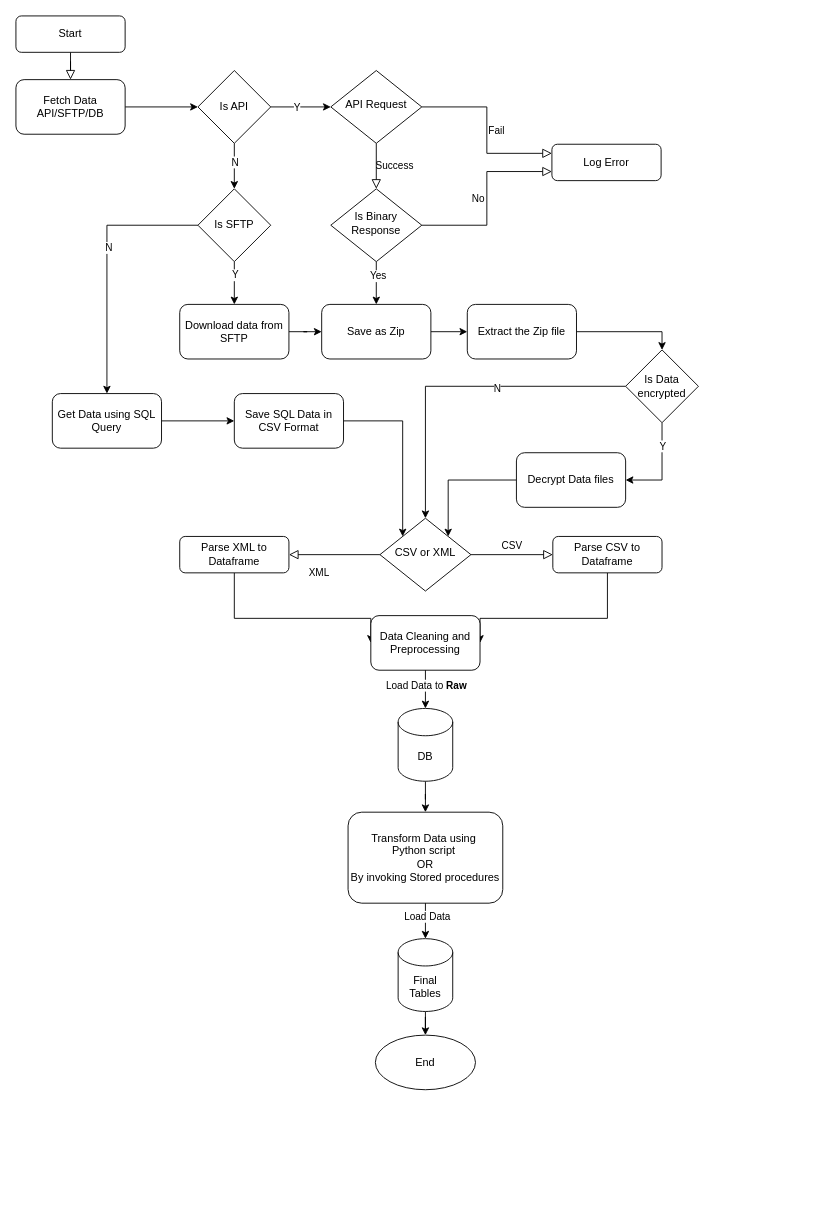
gurudevkumar51/My-files keeps this draw.io diagram as Market_Vendor_Py.drawio. Above is the earlier version. Source tidied: cells renumbered, new cells numbered last; positions are measured from the earlier drawing's top-left corner, leaving out a move shared by most shapes. Both pictures are drawn from the tidied source at 91%, with x=0, y=0 at pixel (15, 15).
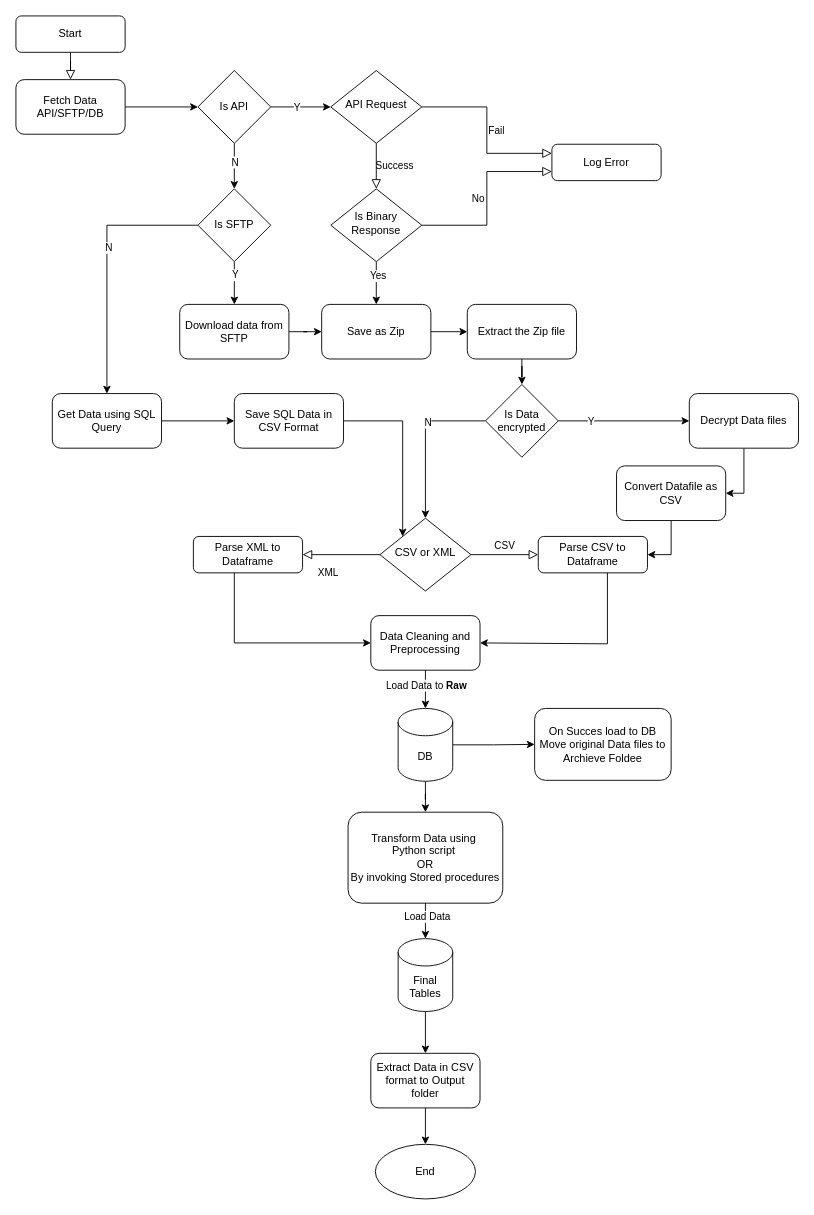
Above is the later version.

The change refers to these unchanged cells:
```xml
<mxCell id="10" value="CSV or XML" style="rhombus;whiteSpace=wrap;html=1;shadow=0;fontFamily=Helvetica;fontSize=12;align=center;strokeWidth=1;spacing=6;spacingTop=-4;" parent="1" vertex="1">
  <mxGeometry x="400" y="552" width="100" height="80" as="geometry" />
</mxCell>
<mxCell id="23" value="Data Cleaning and Preprocessing" style="rounded=1;whiteSpace=wrap;html=1;" parent="1" vertex="1">
  <mxGeometry x="390" y="659" width="120" height="60" as="geometry" />
</mxCell>
<mxCell id="25" value="DB" style="shape=cylinder3;whiteSpace=wrap;html=1;boundedLbl=1;backgroundOutline=1;size=15;" parent="1" vertex="1">
  <mxGeometry x="420" y="761" width="60" height="80" as="geometry" />
</mxCell>
<mxCell id="48" value="Final Tables" style="shape=cylinder3;whiteSpace=wrap;html=1;boundedLbl=1;backgroundOutline=1;size=15;" parent="1" vertex="1">
  <mxGeometry x="420" y="1014" width="60" height="80" as="geometry" />
</mxCell>
```

Change to the diagram source:
```diff
@@
     <mxCell id="11" style="edgeStyle=orthogonalEdgeStyle;rounded=0;jettySize=auto;html=1;entryX=0;entryY=0.5;entryDx=0;entryDy=0;" parent="1" edge="1" source="12" target="23">
       <mxGeometry relative="1" as="geometry">
         <Array as="points">
-          <mxPoint x="240" y="662" />
+          <mxPoint x="240" y="689" />
         </Array>
       </mxGeometry>
     </mxCell>
     <mxCell id="12" value="Parse XML to Dataframe" style="rounded=1;whiteSpace=wrap;html=1;fontSize=12;glass=0;strokeWidth=1;shadow=0;" parent="1" vertex="1">
-      <mxGeometry x="180" y="572" width="120" height="40" as="geometry" />
+      <mxGeometry x="195" y="572" width="120" height="40" as="geometry" />
     </mxCell>
     <mxCell id="13" style="edgeStyle=orthogonalEdgeStyle;rounded=0;jettySize=auto;html=1;entryX=1;entryY=0.5;entryDx=0;entryDy=0;" parent="1" edge="1" source="14" target="23">
       <mxGeometry relative="1" as="geometry">
         <Array as="points">
-          <mxPoint x="650" y="662" />
+          <mxPoint x="650" y="690" />
         </Array>
       </mxGeometry>
     </mxCell>
     <mxCell id="14" value="Parse CSV to Dataframe" style="rounded=1;whiteSpace=wrap;html=1;fontSize=12;glass=0;strokeWidth=1;shadow=0;" parent="1" vertex="1">
-      <mxGeometry x="590" y="572" width="120" height="40" as="geometry" />
+      <mxGeometry x="574" y="572" width="120" height="40" as="geometry" />
     </mxCell>
@@
+    <mxCell id="59" style="edgeStyle=orthogonalEdgeStyle;rounded=0;jettySize=auto;html=1;entryX=0;entryY=0.5;entryDx=0;entryDy=0;" parent="1" edge="1" source="25" target="65">
+      <mxGeometry relative="1" as="geometry" />
+    </mxCell>
@@
-    <mxCell id="47" style="edgeStyle=orthogonalEdgeStyle;rounded=0;jettySize=auto;html=1;entryX=0.5;entryY=0;entryDx=0;entryDy=0;" parent="1" edge="1" source="48" target="51">
+    <mxCell id="47" style="edgeStyle=orthogonalEdgeStyle;rounded=0;jettySize=auto;html=1;entryX=0.5;entryY=0;entryDx=0;entryDy=0;" parent="1" edge="1" source="48" target="64">
       <mxGeometry relative="1" as="geometry" />
     </mxCell>
@@
     <mxCell id="51" value="End" style="ellipse;whiteSpace=wrap;html=1;" parent="1" vertex="1">
-      <mxGeometry x="395" y="1120" width="110" height="60" as="geometry" />
+      <mxGeometry x="395" y="1240" width="110" height="60" as="geometry" />
     </mxCell>
@@
-    <mxCell id="54" style="edgeStyle=orthogonalEdgeStyle;rounded=0;jettySize=auto;html=1;entryX=1;entryY=0.5;entryDx=0;entryDy=0;" parent="1" edge="1" source="56" target="58">
+    <mxCell id="54" style="edgeStyle=orthogonalEdgeStyle;rounded=0;jettySize=auto;html=1;entryX=0;entryY=0.5;entryDx=0;entryDy=0;" parent="1" edge="1" source="56" target="58">
       <mxGeometry relative="1" as="geometry" />
     </mxCell>
@@
     <mxCell id="56" value="Is Data encrypted" style="rhombus;whiteSpace=wrap;html=1;" parent="1" vertex="1">
-      <mxGeometry x="670" y="367" width="80" height="80" as="geometry" />
+      <mxGeometry x="516" y="405" width="80" height="80" as="geometry" />
     </mxCell>
-    <mxCell id="57" style="edgeStyle=orthogonalEdgeStyle;rounded=0;jettySize=auto;html=1;entryX=1;entryY=0;entryDx=0;entryDy=0;" parent="1" edge="1" source="58" target="10">
-      <mxGeometry relative="1" as="geometry" />
-    </mxCell>
+    <mxCell id="60" style="edgeStyle=orthogonalEdgeStyle;rounded=0;jettySize=auto;html=1;entryX=1;entryY=0.5;entryDx=0;entryDy=0;" parent="1" edge="1" source="58" target="62">
+      <mxGeometry relative="1" as="geometry" />
+    </mxCell>
     <mxCell id="58" value="Decrypt Data files" style="rounded=1;whiteSpace=wrap;html=1;" parent="1" vertex="1">
-      <mxGeometry x="550" y="480" width="120" height="60" as="geometry" />
+      <mxGeometry x="740" y="415" width="120" height="60" as="geometry" />
     </mxCell>
+    <mxCell id="61" style="edgeStyle=orthogonalEdgeStyle;rounded=0;jettySize=auto;html=1;entryX=1;entryY=0.5;entryDx=0;entryDy=0;" parent="1" edge="1" source="62" target="14">
+      <mxGeometry relative="1" as="geometry" />
+    </mxCell>
+    <mxCell id="62" value="Convert Datafile as CSV" style="rounded=1;whiteSpace=wrap;html=1;" parent="1" vertex="1">
+      <mxGeometry x="660" y="494.5" width="120" height="60" as="geometry" />
+    </mxCell>
+    <mxCell id="63" style="edgeStyle=orthogonalEdgeStyle;rounded=0;jettySize=auto;html=1;entryX=0.5;entryY=0;entryDx=0;entryDy=0;" parent="1" edge="1" source="64" target="51">
+      <mxGeometry relative="1" as="geometry" />
+    </mxCell>
+    <mxCell id="64" value="Extract Data in CSV format to Output folder" style="rounded=1;whiteSpace=wrap;html=1;" parent="1" vertex="1">
+      <mxGeometry x="390" y="1140" width="120" height="60" as="geometry" />
+    </mxCell>
+    <mxCell id="65" value="On Succes load to DB&lt;br&gt;Move original Data files to Archieve Foldee" style="rounded=1;whiteSpace=wrap;html=1;" parent="1" vertex="1">
+      <mxGeometry x="570" y="761" width="150" height="79" as="geometry" />
+    </mxCell>
```
